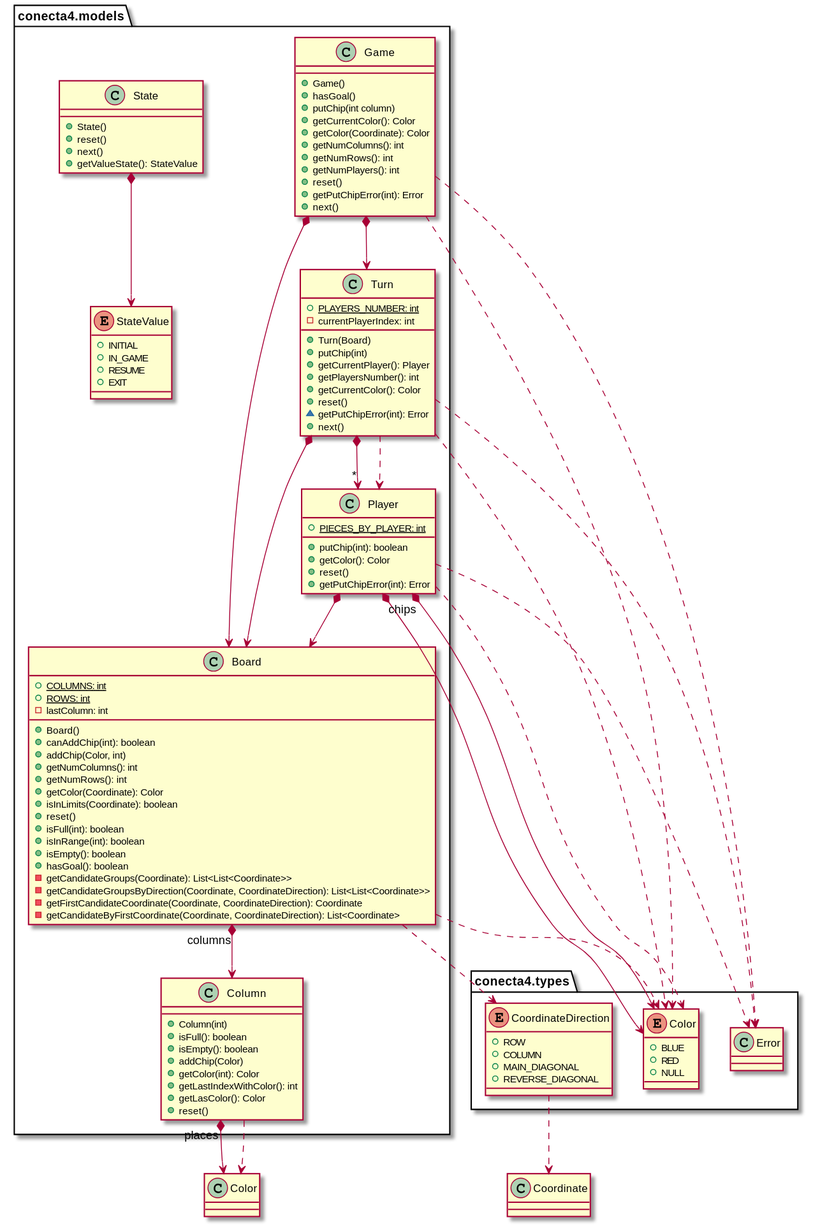
davidvmar/mastercloudapps-conecta4 keeps this PlantUML diagram as docs/diagrams/out/conecta4/paqueteConecta4Models.svg. Above is the earlier version.
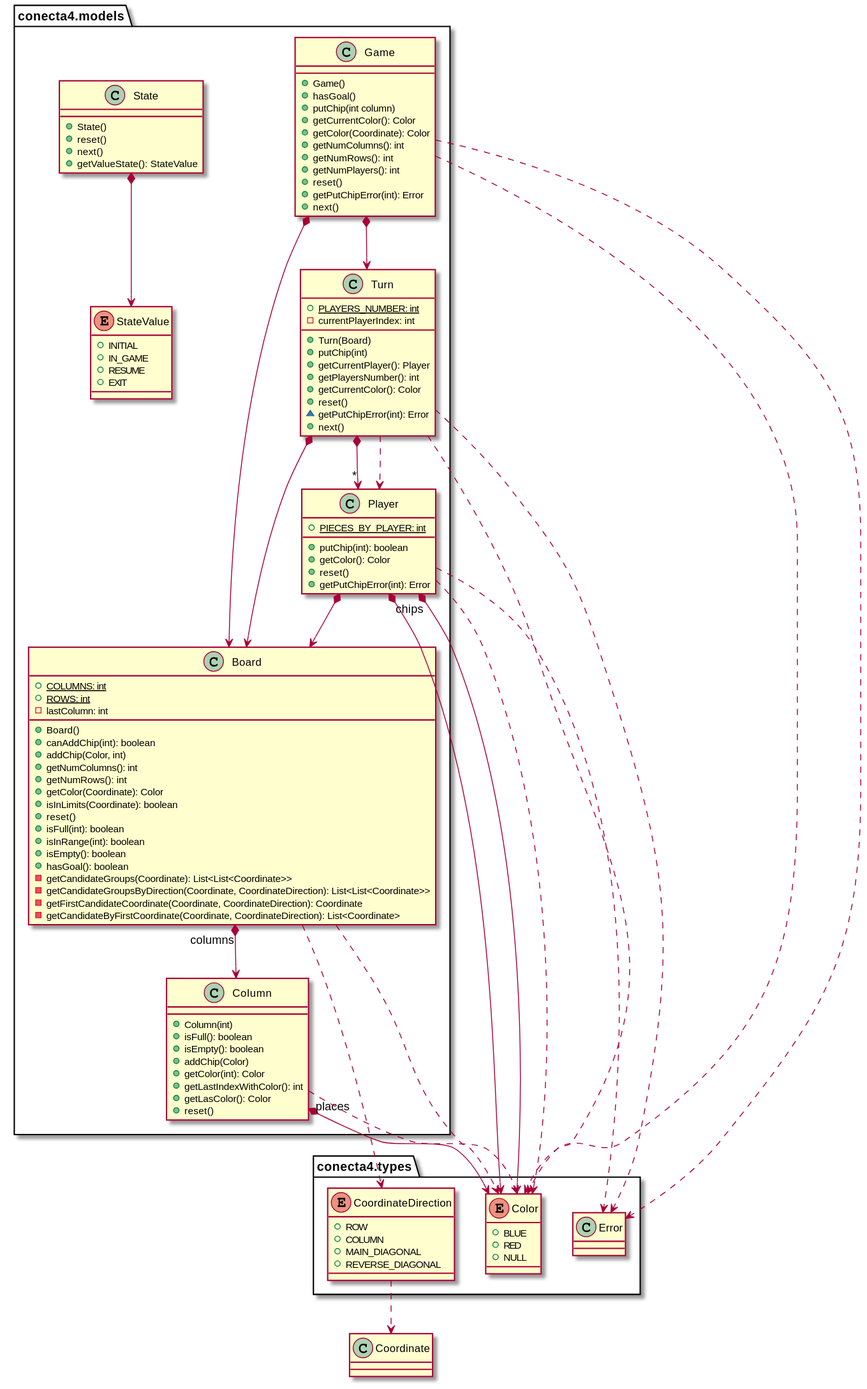
Above is the later version.

Commit message:
Bug en uml de modelos

Diff of the diagram source:
```diff
@@ -55,8 +55,8 @@
   + reset()
 }
 
-conecta4.models.Column "places" *-down-> Color
-conecta4.models.Column .down.> Color
+conecta4.models.Column "places" *-down-> conecta4.types.Color
+conecta4.models.Column .down.> conecta4.types.Color
 
 class conecta4.models.Turn{
   + {static} PLAYERS_NUMBER: int
```
